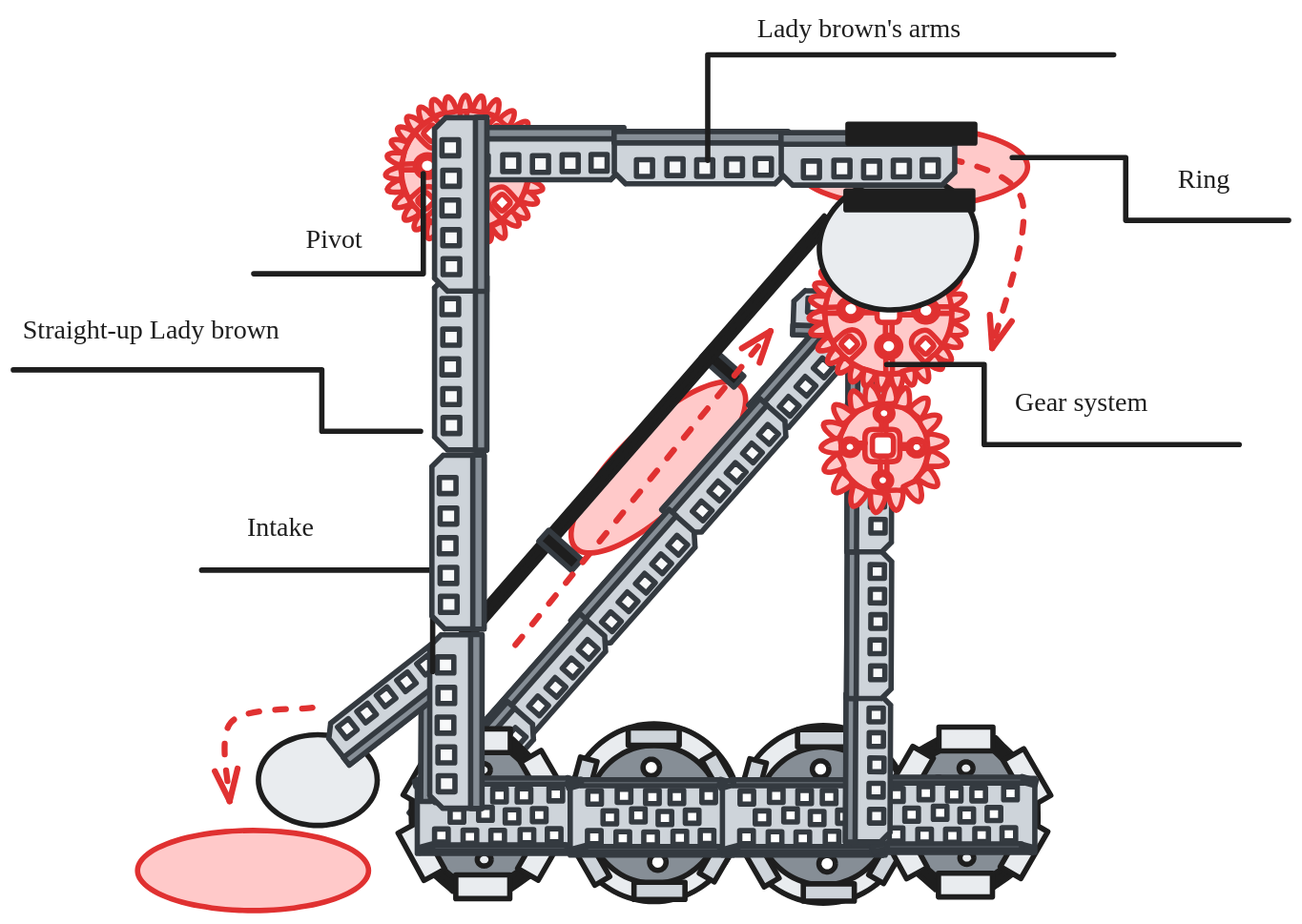
Area-53-Robotics/53D-High-Stakes-Notebook keeps this Excalidraw diagram as entries/ladybrown-1/brainstorm/straight-up-ladybrown.excalidraw.svg. Above is the earlier version. Source tidied: one line per element, renumbered; positions are measured from the earlier drawing's top-left corner, leaving out a move shared by most shapes.
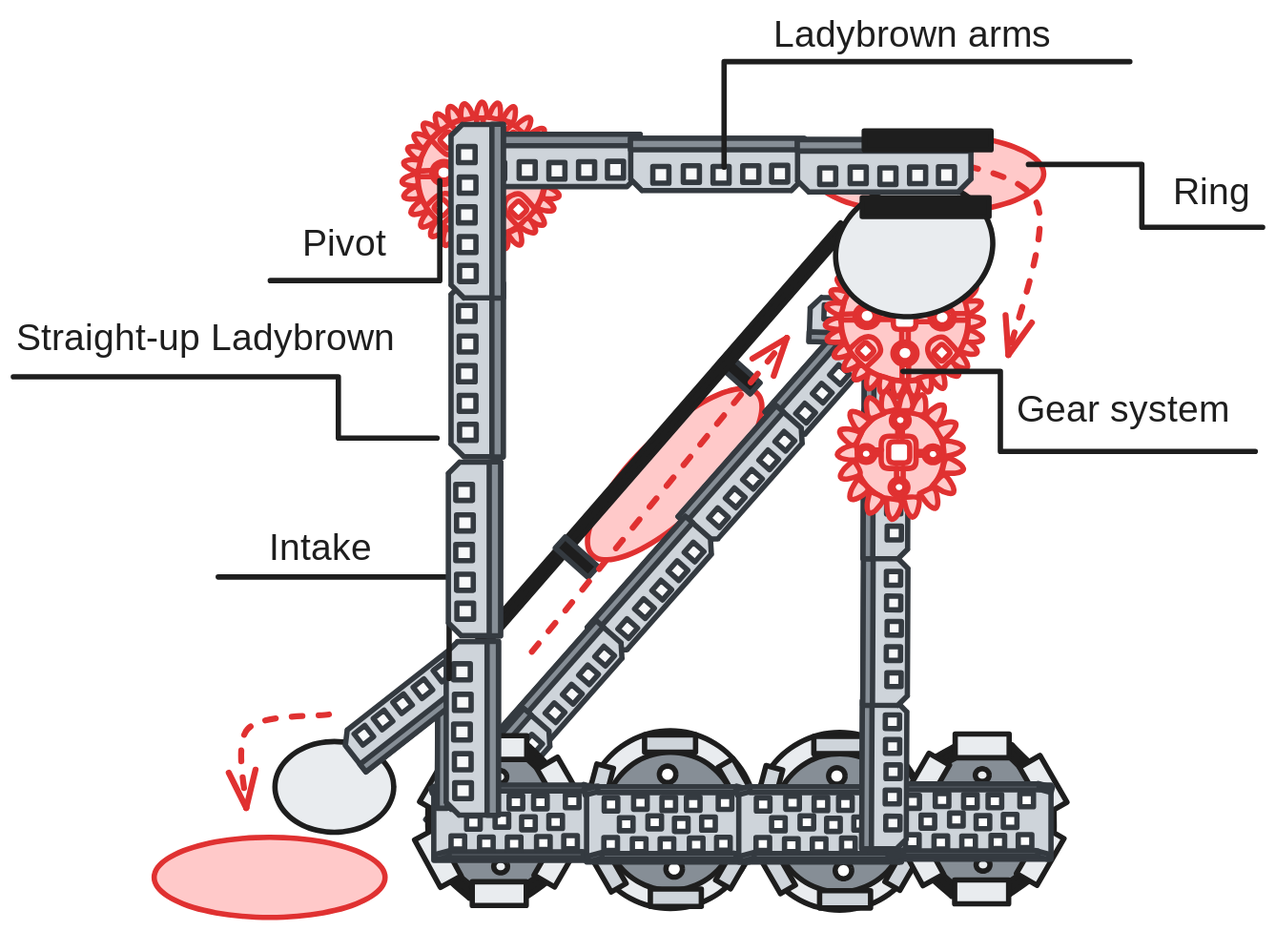
Above is the later version.

What changed in the source:
```diff
@@ -443,17 +443,17 @@
 {"id": 442, "type": "arrow", "strokeColor": "#e03131", "backgroundColor": "#ffc9c9", "fillStyle": "solid", "strokeWidth": 4, "strokeStyle": "dashed", "roughness": 0, "endArrowhead": "arrow", "round": true, "x": 376, "y": 473, "width": 191, "height": 235, "points": [[0, 0], [191, -235]]}
 {"id": 443, "type": "arrow", "strokeColor": "#e03131", "backgroundColor": "#ffc9c9", "fillStyle": "solid", "strokeWidth": 4, "strokeStyle": "dashed", "roughness": 0, "endArrowhead": "arrow", "round": true, "x": 224, "y": 520, "width": 62, "height": 70, "points": [[0, 0], [-61, 11], [-62, 70]]}
 {"id": 444, "type": "line", "strokeColor": "#1e1e1e", "backgroundColor": "#ffc9c9", "fillStyle": "solid", "strokeWidth": 4, "roughness": 0, "x": 654, "y": 263, "width": 264, "height": 60, "points": [[0, 0], [73, 0], [73, 60], [264, 60]]}
-{"id": 445, "type": "text", "text": "Gear system", "strokeColor": "#1e1e1e", "backgroundColor": "#ffc9c9", "fillStyle": "solid", "strokeWidth": 4, "roughness": 0, "fontSize": 20, "fontFamily": 1, "x": 750, "y": 280, "width": 125, "height": 25}
+{"id": 445, "type": "text", "text": "Gear system", "strokeColor": "#1e1e1e", "backgroundColor": "#ffc9c9", "fillStyle": "solid", "strokeWidth": 4, "roughness": 0, "fontSize": 28, "fontFamily": 1, "x": 739, "y": 276, "width": 175, "height": 35}
 {"id": 446, "type": "line", "strokeColor": "#1e1e1e", "backgroundColor": "#ffc9c9", "fillStyle": "solid", "strokeWidth": 4, "roughness": 0, "x": 520, "y": 110, "width": 304, "height": 79, "points": [[0, 0], [0, -79], [304, -79]]}
-{"id": 447, "type": "text", "text": "Lady brown's arms", "strokeColor": "#1e1e1e", "backgroundColor": "#ffc9c9", "fillStyle": "solid", "strokeWidth": 4, "roughness": 0, "fontSize": 20, "fontFamily": 1, "x": 557, "y": 0, "width": 179, "height": 25}
+{"id": 447, "type": "text", "text": "Ladybrown arms", "strokeColor": "#1e1e1e", "backgroundColor": "#ffc9c9", "fillStyle": "solid", "strokeWidth": 4, "roughness": 0, "fontSize": 28, "fontFamily": 1, "x": 557, "y": -5, "width": 214, "height": 35}
-{"id": 448, "type": "line", "strokeColor": "#1e1e1e", "backgroundColor": "#ffc9c9", "fillStyle": "solid", "strokeWidth": 4, "roughness": 0, "x": 0, "y": 267, "width": 305, "height": 46, "points": [[0, 0], [231, 0], [231, 46], [305, 46]]}
+{"id": 448, "type": "line", "strokeColor": "#1e1e1e", "backgroundColor": "#ffc9c9", "fillStyle": "solid", "strokeWidth": 4, "roughness": 0, "x": -12, "y": 267, "width": 318, "height": 46, "points": [[0, 0], [244, 0], [244, 46], [318, 46]]}
-{"id": 449, "type": "text", "text": "Straight-up Lady brown", "strokeColor": "#1e1e1e", "backgroundColor": "#ffc9c9", "fillStyle": "solid", "strokeWidth": 4, "roughness": 0, "fontSize": 20, "fontFamily": 1, "x": 7, "y": 226, "width": 228, "height": 25}
+{"id": 449, "type": "text", "text": "Straight-up Ladybrown", "strokeColor": "#1e1e1e", "backgroundColor": "#ffc9c9", "fillStyle": "solid", "strokeWidth": 4, "roughness": 0, "fontSize": 28, "fontFamily": 1, "x": -10, "y": 222, "width": 305, "height": 35}
 {"id": 450, "type": "line", "strokeColor": "#1e1e1e", "backgroundColor": "#ffc9c9", "fillStyle": "solid", "strokeWidth": 4, "roughness": 0, "x": 307, "y": 120, "width": 127, "height": 75, "points": [[0, 0], [0, 75], [-127, 75]]}
-{"id": 451, "type": "text", "text": "Pivot ", "strokeColor": "#1e1e1e", "backgroundColor": "#ffc9c9", "fillStyle": "solid", "strokeWidth": 4, "roughness": 0, "fontSize": 20, "fontFamily": 1, "x": 219, "y": 158, "width": 60, "height": 25}
+{"id": 451, "type": "text", "text": "Pivot", "strokeColor": "#1e1e1e", "backgroundColor": "#ffc9c9", "fillStyle": "solid", "strokeWidth": 4, "roughness": 0, "fontSize": 28, "fontFamily": 1, "x": 204, "y": 151, "width": 71, "height": 35}
 {"id": 452, "type": "line", "strokeColor": "#1e1e1e", "backgroundColor": "#ffc9c9", "fillStyle": "solid", "strokeWidth": 4, "roughness": 0, "x": 314, "y": 493, "width": 173, "height": 76, "points": [[0, 0], [0, -76], [-173, -76]]}
-{"id": 453, "type": "text", "text": "Intake", "strokeColor": "#1e1e1e", "backgroundColor": "#ffc9c9", "fillStyle": "solid", "strokeWidth": 4, "roughness": 0, "fontSize": 20, "fontFamily": 1, "x": 175, "y": 374, "width": 66, "height": 25}
+{"id": 453, "type": "text", "text": "Intake", "strokeColor": "#1e1e1e", "backgroundColor": "#ffc9c9", "fillStyle": "solid", "strokeWidth": 4, "roughness": 0, "fontSize": 28, "fontFamily": 1, "x": 179, "y": 379, "width": 92, "height": 35}
-{"id": 454, "type": "line", "strokeColor": "#1e1e1e", "backgroundColor": "#ffc9c9", "fillStyle": "solid", "strokeWidth": 4, "roughness": 0, "x": 748, "y": 108, "width": 207, "height": 47, "points": [[0, 0], [85, 0], [85, 47], [207, 47]]}
+{"id": 454, "type": "line", "strokeColor": "#1e1e1e", "backgroundColor": "#ffc9c9", "fillStyle": "solid", "strokeWidth": 4, "roughness": 0, "x": 748, "y": 108, "width": 176, "height": 47, "points": [[0, 0], [85, 0], [85, 47], [176, 47]]}
-{"id": 455, "type": "text", "text": "Ring ", "strokeColor": "#1e1e1e", "backgroundColor": "#ffc9c9", "fillStyle": "solid", "strokeWidth": 4, "roughness": 0, "fontSize": 20, "fontFamily": 1, "x": 872, "y": 113, "width": 47, "height": 25}
+{"id": 455, "type": "text", "text": "Ring ", "strokeColor": "#1e1e1e", "backgroundColor": "#ffc9c9", "fillStyle": "solid", "strokeWidth": 4, "roughness": 0, "fontSize": 28, "fontFamily": 1, "x": 856, "y": 113, "width": 66, "height": 35}
 {"id": 456, "type": "line", "strokeColor": "#343a40", "angle": 4.71, "backgroundColor": "#ced4da", "fillStyle": "solid", "strokeWidth": 4, "roughness": 0, "x": 268, "y": 415, "width": 130, "height": 39, "points": [[0, 0], [0, -29], [10, -39], [121, -39], [130, -31], [130, 0], [0, 0]]}
 {"id": 457, "type": "rectangle", "strokeColor": "#343a40", "angle": 4.71, "backgroundColor": "#f8f9fa", "fillStyle": "solid", "strokeWidth": 4, "roughness": 0, "x": 320, "y": 436, "width": 12, "height": 12}
 {"id": 458, "type": "rectangle", "strokeColor": "#343a40", "angle": 4.71, "backgroundColor": "#f8f9fa", "fillStyle": "solid", "strokeWidth": 4, "roughness": 0, "x": 320, "y": 415, "width": 12, "height": 12}
```
